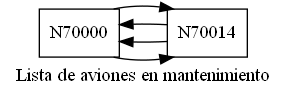
Before: imagenes/avionesMantenimiento.png, a diagram exported from Graphviz (MarvinCastellanos/201700490_EDD_Proyecto). Its source is kept beside it as dot/avionesMantenimiento.dot.
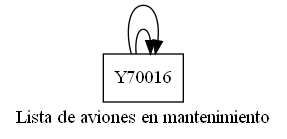
The same diagram one commit later.

The edit, as a diff of the source:
```diff
@@ -2,10 +2,7 @@
   rankdir=LR;
   label="Lista de aviones en mantenimiento";
   node [shape=record];
-  node0 [label=" N70000 "];
-  node1 [label=" N70014 "];
-  node0 -> node1;
-  node1 -> node0;
-  node1 -> node0;
-  node0 -> node1;
+  node0 [label=" Y70016 "];
+  node0 -> node0;
+  node0 -> node0;
 }
```
